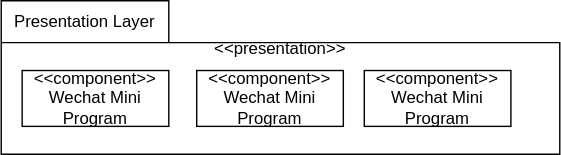
qianlinnian/se_sad_project keeps this draw.io diagram as Assignment2/diagrams/Presentation_Layer.svg. Above is the earlier version. Source tidied: cells renumbered, new cells last; positions are measured from the earlier drawing's top-left corner, leaving out a move shared by most shapes. The source it was exported from:
```xml
<mxGraphModel>
  <root>
    <mxCell id="0" />
    <mxCell id="1" parent="0" />
    <mxCell id="2" style="group;" parent="1" vertex="1">
      <mxGeometry width="400" height="110" as="geometry" />
    </mxCell>
    <mxCell id="3" style="shape=folder;fontStyle=1;spacingTop=10;tabWidth=120;tabHeight=30;tabPosition=left;html=1;whiteSpace=wrap;" parent="2" vertex="1">
      <mxGeometry width="400" height="110" as="geometry" />
    </mxCell>
    <mxCell id="4" value="Presentation Layer" style="text;html=1;whiteSpace=wrap;strokeColor=none;fillColor=none;align=center;verticalAlign=middle;rounded=0;" parent="2" vertex="1">
      <mxGeometry width="120" height="30" as="geometry" />
    </mxCell>
    <mxCell id="5" value="&amp;lt;&amp;lt;presentation&amp;gt;&amp;gt;" style="text;html=1;whiteSpace=wrap;strokeColor=none;fillColor=none;align=center;verticalAlign=middle;rounded=0;" parent="2" vertex="1">
      <mxGeometry y="20" width="400" height="30" as="geometry" />
    </mxCell>
    <mxCell id="6" value="&amp;lt;&amp;lt;component&amp;gt;&amp;gt;&lt;div&gt;Wechat Mini Program&lt;/div&gt;" style="rounded=0;whiteSpace=wrap;html=1;" parent="2" vertex="1">
      <mxGeometry x="15" y="50" width="105" height="40" as="geometry" />
    </mxCell>
    <mxCell id="7" value="&amp;lt;&amp;lt;component&amp;gt;&amp;gt;&lt;div&gt;Wechat Mini Program&lt;/div&gt;" style="rounded=0;whiteSpace=wrap;html=1;" parent="2" vertex="1">
      <mxGeometry x="140" y="50" width="105" height="40" as="geometry" />
    </mxCell>
    <mxCell id="8" value="&amp;lt;&amp;lt;component&amp;gt;&amp;gt;&lt;div&gt;Wechat Mini Program&lt;/div&gt;" style="rounded=0;whiteSpace=wrap;html=1;" parent="2" vertex="1">
      <mxGeometry x="260" y="50" width="105" height="40" as="geometry" />
    </mxCell>
  </root>
</mxGraphModel>
```
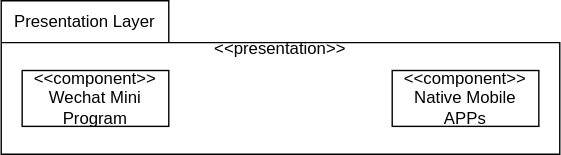
Above is the later version.

Diff of the diagram source:
```diff
@@ -17,11 +17,8 @@
     <mxCell id="6" value="&amp;lt;&amp;lt;component&amp;gt;&amp;gt;&lt;div&gt;Wechat Mini Program&lt;/div&gt;" style="rounded=0;whiteSpace=wrap;html=1;" parent="2" vertex="1">
       <mxGeometry x="15" y="50" width="105" height="40" as="geometry" />
     </mxCell>
-    <mxCell id="7" value="&amp;lt;&amp;lt;component&amp;gt;&amp;gt;&lt;div&gt;Wechat Mini Program&lt;/div&gt;" style="rounded=0;whiteSpace=wrap;html=1;" parent="2" vertex="1">
-      <mxGeometry x="140" y="50" width="105" height="40" as="geometry" />
+    <mxCell id="7" value="&amp;lt;&amp;lt;component&amp;gt;&amp;gt;&lt;div&gt;Native Mobile APPs&lt;/div&gt;" style="rounded=0;whiteSpace=wrap;html=1;" parent="2" vertex="1">
+      <mxGeometry x="280" y="50" width="105" height="40" as="geometry" />
     </mxCell>
-    <mxCell id="8" value="&amp;lt;&amp;lt;component&amp;gt;&amp;gt;&lt;div&gt;Wechat Mini Program&lt;/div&gt;" style="rounded=0;whiteSpace=wrap;html=1;" parent="2" vertex="1">
-      <mxGeometry x="260" y="50" width="105" height="40" as="geometry" />
-    </mxCell>
   </root>
 </mxGraphModel>
```
